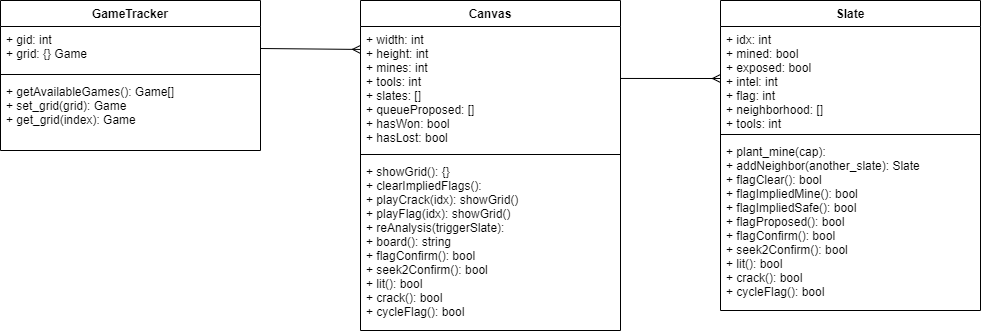
Above: UML.png in encore428/minesweeper (draw.io), before the change. Source tidied: cells renumbered, new cells last; positions are measured from the earlier drawing's top-left corner, leaving out a move shared by most shapes.
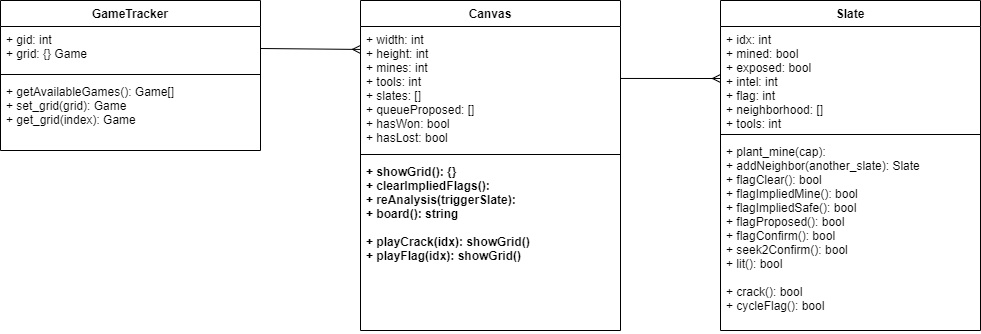
After the commit.

The edit, as a diff of the source:
```diff
@@ -15,7 +15,7 @@
       <mxGeometry y="78" width="260" height="72" as="geometry" />
     </mxCell>
     <mxCell id="6" value="Slate" style="swimlane;fontStyle=1;align=center;verticalAlign=top;horizontal=1;startSize=26;" parent="1" vertex="1">
-      <mxGeometry x="720" width="260" height="310" as="geometry" />
+      <mxGeometry x="720" width="260" height="330" as="geometry" />
     </mxCell>
     <mxCell id="7" value="+ idx: int&#10;+ mined: bool&#10;+ exposed: bool&#10;+ intel: int&#10;+ flag: int&#10;+ neighborhood: []&#10;+ tools: int&#10;&#10;" style="text;strokeColor=none;fillColor=none;align=left;verticalAlign=top;spacingLeft=4;spacingRight=4;overflow=hidden;points=[[0,0.5],[1,0.5]];portConstraint=eastwest;" parent="6" vertex="1">
       <mxGeometry y="26" width="260" height="104" as="geometry" />
@@ -23,8 +23,8 @@
     <mxCell id="8" style="line;strokeWidth=1;fillColor=none;align=left;verticalAlign=middle;spacingTop=-1;spacingLeft=3;spacingRight=3;labelPosition=right;" parent="6" vertex="1">
       <mxGeometry y="130" width="260" height="8" as="geometry" />
     </mxCell>
-    <mxCell id="9" value="+ plant_mine(cap):&#10;+ addNeighbor(another_slate): Slate&#10;+ flagClear(): bool&#10;+ flagImpliedMine(): bool&#10;+ flagImpliedSafe(): bool&#10;+ flagProposed(): bool&#10;+ flagConfirm(): bool&#10;+ seek2Confirm(): bool&#10;+ lit(): bool&#10;+ crack(): bool&#10;+ cycleFlag(): bool" style="text;strokeColor=none;fillColor=none;align=left;verticalAlign=top;spacingLeft=4;spacingRight=4;overflow=hidden;" parent="6" vertex="1">
-      <mxGeometry y="138" width="260" height="172" as="geometry" />
+    <mxCell id="9" value="+ plant_mine(cap):&#10;+ addNeighbor(another_slate): Slate&#10;+ flagClear(): bool&#10;+ flagImpliedMine(): bool&#10;+ flagImpliedSafe(): bool&#10;+ flagProposed(): bool&#10;+ flagConfirm(): bool&#10;+ seek2Confirm(): bool&#10;+ lit(): bool&#10;&#10;+ crack(): bool&#10;+ cycleFlag(): bool" style="text;strokeColor=none;fillColor=none;align=left;verticalAlign=top;spacingLeft=4;spacingRight=4;overflow=hidden;" parent="6" vertex="1">
+      <mxGeometry y="138" width="260" height="192" as="geometry" />
     </mxCell>
     <mxCell id="10" value="Canvas" style="swimlane;fontStyle=1;align=center;verticalAlign=top;horizontal=1;startSize=26;" parent="1" vertex="1">
       <mxGeometry x="360" width="260" height="330" as="geometry" />
@@ -35,7 +35,7 @@
     <mxCell id="12" style="line;strokeWidth=1;fillColor=none;align=left;verticalAlign=middle;spacingTop=-1;spacingLeft=3;spacingRight=3;labelPosition=right;" parent="10" vertex="1">
       <mxGeometry y="150" width="260" height="8" as="geometry" />
     </mxCell>
-    <mxCell id="13" value="+ showGrid(): {}&#10;+ clearImpliedFlags():&#10;+ playCrack(idx): showGrid()&#10;+ playFlag(idx): showGrid()&#10;+ reAnalysis(triggerSlate):&#10;+ board(): string&#10;+ flagConfirm(): bool&#10;+ seek2Confirm(): bool&#10;+ lit(): bool&#10;+ crack(): bool&#10;+ cycleFlag(): bool" style="text;strokeColor=none;fillColor=none;align=left;verticalAlign=top;spacingLeft=4;spacingRight=4;overflow=hidden;" parent="10" vertex="1">
+    <mxCell id="13" value="+ showGrid(): {}&#10;+ clearImpliedFlags():&#10;+ reAnalysis(triggerSlate):&#10;+ board(): string&#10;&#10;+ playCrack(idx): showGrid()&#10;+ playFlag(idx): showGrid()&#10;" style="text;strokeColor=none;fillColor=none;align=left;verticalAlign=top;spacingLeft=4;spacingRight=4;overflow=hidden;fontStyle=1;" parent="10" vertex="1">
       <mxGeometry y="158" width="260" height="172" as="geometry" />
     </mxCell>
     <mxCell id="14" style="endArrow=none;endFill=0;endSize=24;html=1;exitX=0;exitY=0.5;exitDx=0;exitDy=0;entryX=1;entryY=0.419;entryDx=0;entryDy=0;entryPerimeter=0;startArrow=ERmany;startFill=0;" parent="1" edge="1" source="7" target="11">
```
